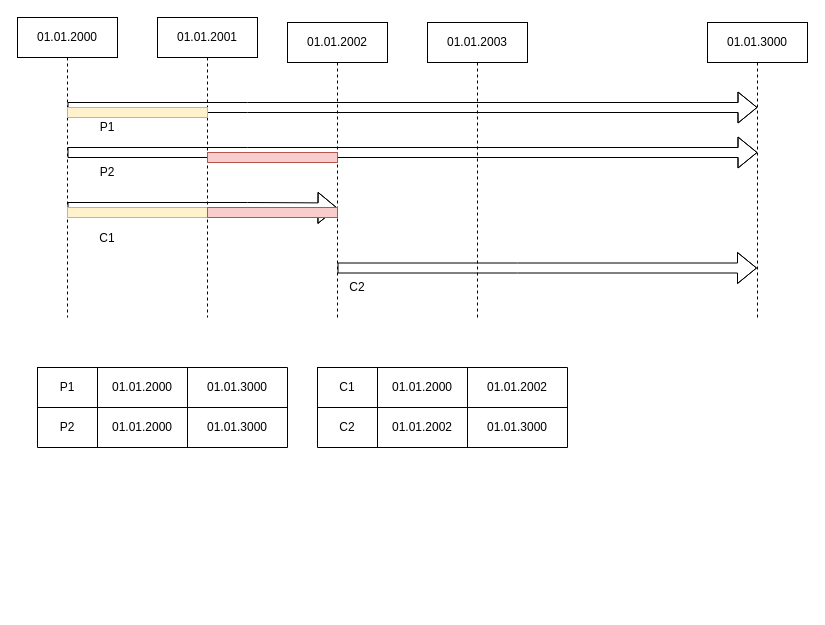
This is page "Page-1" (1 of 2) of gitTest/Untitled Diagram.drawio from Lucutus/gitTest, a draw.io file, before an edit. Source tidied: cells renumbered, new cells numbered last; positions are measured from the earlier drawing's top-left corner, leaving out a move shared by most shapes. Both pictures are drawn from the tidied source at 100%, with x=0, y=0 at pixel (17, 17).
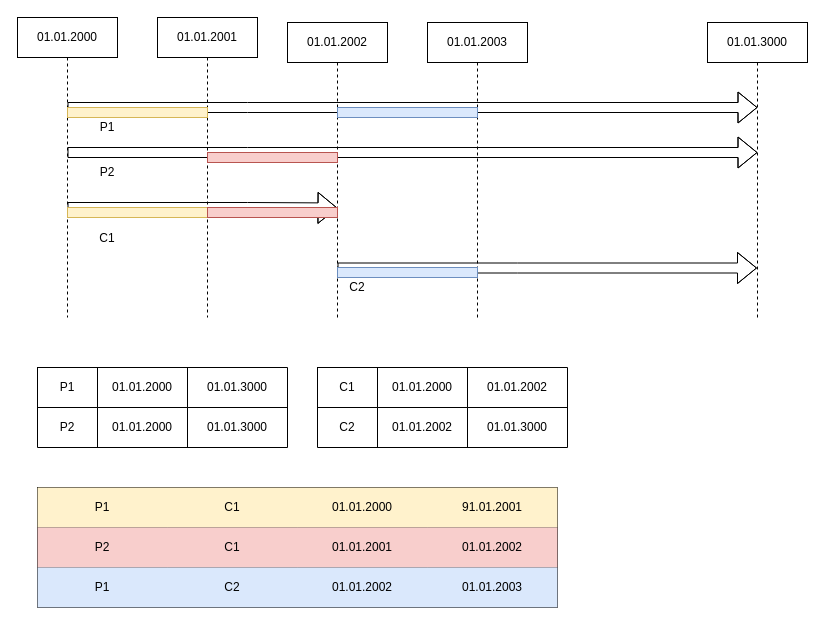
After the change.

Change to the diagram source:
```diff
@@
+    <mxCell id="37" style="rounded=0;whiteSpace=wrap;html=1;fillColor=#dae8fc;strokeColor=#6c8ebf;" parent="1" vertex="1">
+      <mxGeometry x="320" y="250" width="140" height="10" as="geometry" />
+    </mxCell>
+    <mxCell id="38" style="rounded=0;whiteSpace=wrap;html=1;fillColor=#dae8fc;strokeColor=#6c8ebf;" parent="1" vertex="1">
+      <mxGeometry x="320" y="90" width="140" height="10" as="geometry" />
+    </mxCell>
+    <mxCell id="39" style="shape=table;html=1;whiteSpace=wrap;startSize=0;childLayout=tableLayout;" parent="1" vertex="1">
+      <mxGeometry x="20" y="470" width="520" height="120" as="geometry" />
+    </mxCell>
+    <mxCell id="40" style="shape=partialRectangle;html=1;whiteSpace=wrap;fillColor=#fff2cc;top=0;left=0;bottom=0;right=0;strokeColor=#d6b656;" parent="39" vertex="1">
+      <mxGeometry width="520" height="40" as="geometry" />
+    </mxCell>
+    <mxCell id="41" value="P1" style="shape=partialRectangle;html=1;whiteSpace=wrap;overflow=hidden;fillColor=none;top=0;left=0;bottom=0;right=0;" parent="40" vertex="1">
+      <mxGeometry width="130" height="40" as="geometry" />
+    </mxCell>
+    <mxCell id="42" value="C1" style="shape=partialRectangle;html=1;whiteSpace=wrap;overflow=hidden;fillColor=none;top=0;left=0;bottom=0;right=0;" parent="40" vertex="1">
+      <mxGeometry x="130" width="130" height="40" as="geometry" />
+    </mxCell>
+    <mxCell id="43" value="01.01.2000" style="shape=partialRectangle;html=1;whiteSpace=wrap;overflow=hidden;fillColor=none;top=0;left=0;bottom=0;right=0;" parent="40" vertex="1">
+      <mxGeometry x="260" width="130" height="40" as="geometry" />
+    </mxCell>
+    <mxCell id="44" value="91.01.2001" style="shape=partialRectangle;html=1;whiteSpace=wrap;overflow=hidden;fillColor=none;top=0;left=0;bottom=0;right=0;" parent="40" vertex="1">
+      <mxGeometry x="390" width="130" height="40" as="geometry" />
+    </mxCell>
+    <mxCell id="45" style="shape=partialRectangle;html=1;whiteSpace=wrap;fillColor=#f8cecc;top=0;left=0;bottom=0;right=0;strokeColor=#b85450;" parent="39" vertex="1">
+      <mxGeometry y="40" width="520" height="40" as="geometry" />
+    </mxCell>
+    <mxCell id="46" value="P2" style="shape=partialRectangle;html=1;whiteSpace=wrap;overflow=hidden;fillColor=none;top=0;left=0;bottom=0;right=0;" parent="45" vertex="1">
+      <mxGeometry width="130" height="40" as="geometry" />
+    </mxCell>
+    <mxCell id="47" value="C1" style="shape=partialRectangle;html=1;whiteSpace=wrap;overflow=hidden;fillColor=none;top=0;left=0;bottom=0;right=0;" parent="45" vertex="1">
+      <mxGeometry x="130" width="130" height="40" as="geometry" />
+    </mxCell>
+    <mxCell id="48" value="01.01.2001" style="shape=partialRectangle;html=1;whiteSpace=wrap;overflow=hidden;fillColor=none;top=0;left=0;bottom=0;right=0;" parent="45" vertex="1">
+      <mxGeometry x="260" width="130" height="40" as="geometry" />
+    </mxCell>
+    <mxCell id="49" value="01.01.2002" style="shape=partialRectangle;html=1;whiteSpace=wrap;overflow=hidden;fillColor=none;top=0;left=0;bottom=0;right=0;" parent="45" vertex="1">
+      <mxGeometry x="390" width="130" height="40" as="geometry" />
+    </mxCell>
+    <mxCell id="50" style="shape=partialRectangle;html=1;whiteSpace=wrap;fillColor=#dae8fc;top=0;left=0;bottom=0;right=0;strokeColor=#6c8ebf;" parent="39" vertex="1">
+      <mxGeometry y="80" width="520" height="40" as="geometry" />
+    </mxCell>
+    <mxCell id="51" value="P1" style="shape=partialRectangle;html=1;whiteSpace=wrap;overflow=hidden;fillColor=none;top=0;left=0;bottom=0;right=0;" parent="50" vertex="1">
+      <mxGeometry width="130" height="40" as="geometry" />
+    </mxCell>
+    <mxCell id="52" value="C2" style="shape=partialRectangle;html=1;whiteSpace=wrap;overflow=hidden;fillColor=none;top=0;left=0;bottom=0;right=0;" parent="50" vertex="1">
+      <mxGeometry x="130" width="130" height="40" as="geometry" />
+    </mxCell>
+    <mxCell id="53" value="01.01.2002" style="shape=partialRectangle;html=1;whiteSpace=wrap;overflow=hidden;fillColor=none;top=0;left=0;bottom=0;right=0;" parent="50" vertex="1">
+      <mxGeometry x="260" width="130" height="40" as="geometry" />
+    </mxCell>
+    <mxCell id="54" value="01.01.2003" style="shape=partialRectangle;html=1;whiteSpace=wrap;overflow=hidden;fillColor=none;top=0;left=0;bottom=0;right=0;" parent="50" vertex="1">
+      <mxGeometry x="390" width="130" height="40" as="geometry" />
+    </mxCell>
```
